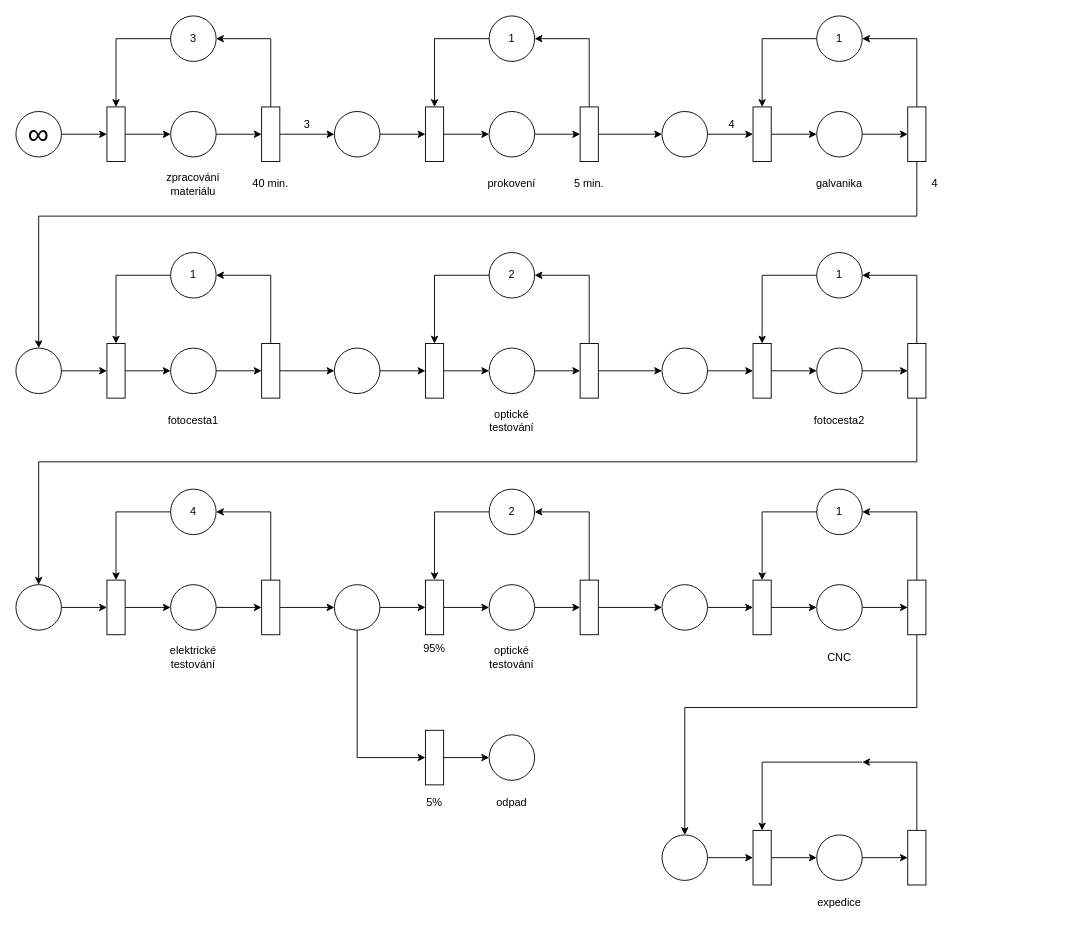
The draw.io diagram IMS.drawio in laDok8/ims, before the edit. Source tidied: cells renumbered, new cells numbered last; positions are measured from the earlier drawing's top-left corner, leaving out a move shared by most shapes. Both pictures are drawn from the tidied source at 91%, with x=0, y=0 at pixel (15, 15).
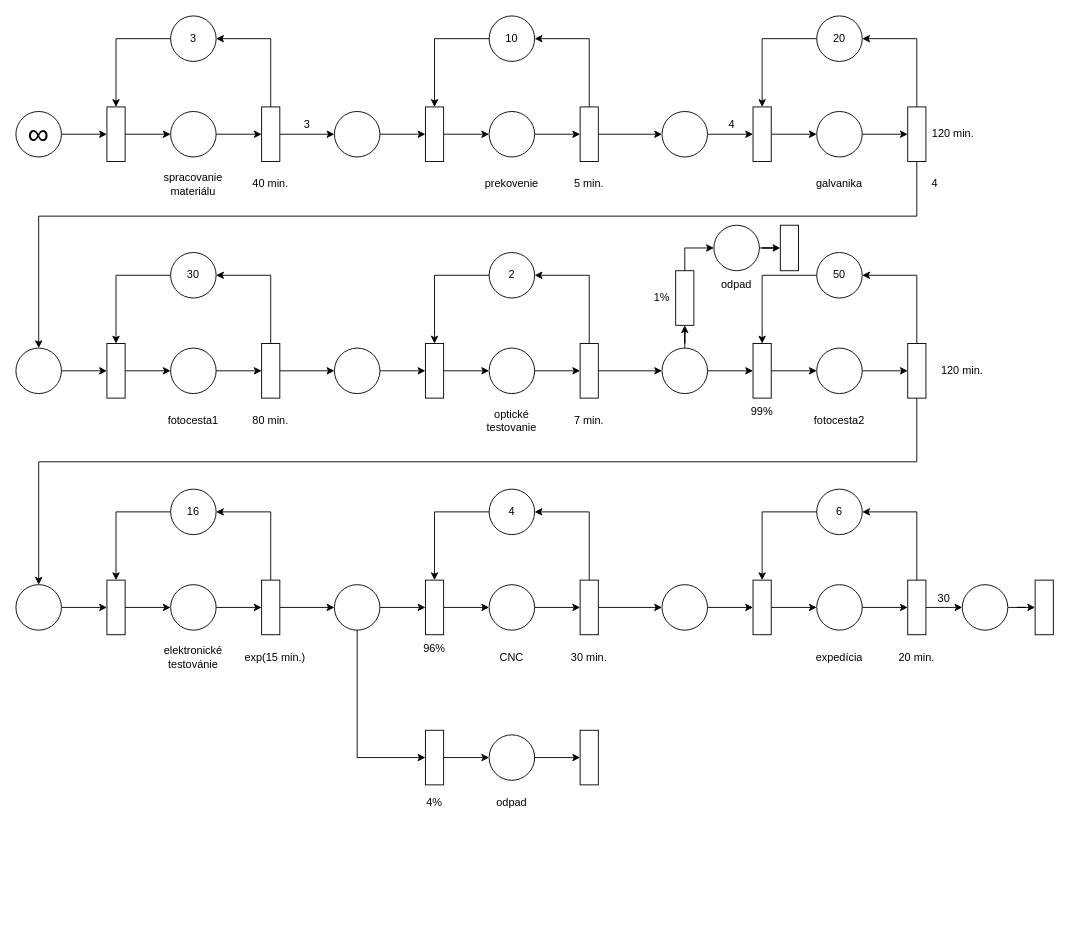
The same diagram, later.

The change refers to these unchanged cells:
```xml
<mxCell id="62" style="ellipse;whiteSpace=wrap;html=1;" parent="1" vertex="1">
  <mxGeometry x="710" y="365" width="50" height="50" as="geometry" />
</mxCell>
<mxCell id="107" style="rounded=0;whiteSpace=wrap;html=1;" parent="1" vertex="1">
  <mxGeometry x="980" y="620" width="20" height="60" as="geometry" />
</mxCell>
<mxCell id="118" style="ellipse;whiteSpace=wrap;html=1;" parent="1" vertex="1">
  <mxGeometry x="520" y="790" width="50" height="50" as="geometry" />
</mxCell>
```

The edit, as a diff of the source:
```diff
@@
-<mxGraphModel>
+<mxGraphModel background="#ffffff">
@@
-    <mxCell id="14" value="1" style="ellipse;whiteSpace=wrap;html=1;" parent="1" vertex="1">
+    <mxCell id="14" value="10" style="ellipse;whiteSpace=wrap;html=1;" parent="1" vertex="1">
       <mxGeometry x="520" width="50" height="50" as="geometry" />
     </mxCell>
@@
-    <mxCell id="25" value="1" style="ellipse;whiteSpace=wrap;html=1;" parent="1" vertex="1">
+    <mxCell id="25" value="20" style="ellipse;whiteSpace=wrap;html=1;" parent="1" vertex="1">
       <mxGeometry x="880" width="50" height="50" as="geometry" />
     </mxCell>
@@
-    <mxCell id="36" value="1" style="ellipse;whiteSpace=wrap;html=1;" parent="1" vertex="1">
+    <mxCell id="36" value="30" style="ellipse;whiteSpace=wrap;html=1;" parent="1" vertex="1">
       <mxGeometry x="170" y="260" width="50" height="50" as="geometry" />
     </mxCell>
@@
-    <mxCell id="58" value="1" style="ellipse;whiteSpace=wrap;html=1;" parent="1" vertex="1">
+    <mxCell id="58" value="50" style="ellipse;whiteSpace=wrap;html=1;" parent="1" vertex="1">
       <mxGeometry x="880" y="260" width="50" height="50" as="geometry" />
     </mxCell>
@@
+    <mxCell id="132" style="edgeStyle=orthogonalEdgeStyle;rounded=0;jettySize=auto;html=1;" parent="1" edge="1" source="62" target="149">
+      <mxGeometry relative="1" as="geometry" />
+    </mxCell>
@@
-    <mxCell id="68" value="zpracování&lt;br&gt;materiálu" style="text;html=1;strokeColor=none;fillColor=none;align=center;verticalAlign=middle;whiteSpace=wrap;rounded=0;labelBackgroundColor=#FFFFFF;fontColor=#000000;" parent="1" vertex="1">
+    <mxCell id="68" value="spracovanie&lt;br&gt;materiálu" style="text;html=1;strokeColor=none;fillColor=none;align=center;verticalAlign=middle;whiteSpace=wrap;rounded=0;labelBackgroundColor=#FFFFFF;fontColor=#000000;" parent="1" vertex="1">
       <mxGeometry x="165" y="170" width="60" height="30" as="geometry" />
     </mxCell>
-    <mxCell id="69" value="prokovení" style="text;html=1;strokeColor=none;fillColor=none;align=center;verticalAlign=middle;whiteSpace=wrap;rounded=0;labelBackgroundColor=#FFFFFF;fontColor=#000000;" parent="1" vertex="1">
+    <mxCell id="69" value="prekovenie" style="text;html=1;strokeColor=none;fillColor=none;align=center;verticalAlign=middle;whiteSpace=wrap;rounded=0;labelBackgroundColor=#FFFFFF;fontColor=#000000;" parent="1" vertex="1">
       <mxGeometry x="515" y="170" width="60" height="30" as="geometry" />
     </mxCell>
@@
-    <mxCell id="72" value="optické&lt;br&gt;testování" style="text;html=1;strokeColor=none;fillColor=none;align=center;verticalAlign=middle;whiteSpace=wrap;rounded=0;labelBackgroundColor=#FFFFFF;fontColor=#000000;" parent="1" vertex="1">
+    <mxCell id="72" value="optické&lt;br&gt;testovanie" style="text;html=1;strokeColor=none;fillColor=none;align=center;verticalAlign=middle;whiteSpace=wrap;rounded=0;labelBackgroundColor=#FFFFFF;fontColor=#000000;" parent="1" vertex="1">
       <mxGeometry x="515" y="430" width="60" height="30" as="geometry" />
     </mxCell>
@@
-    <mxCell id="75" value="4" style="ellipse;whiteSpace=wrap;html=1;" parent="1" vertex="1">
+    <mxCell id="75" value="16" style="ellipse;whiteSpace=wrap;html=1;" parent="1" vertex="1">
       <mxGeometry x="170" y="520" width="50" height="50" as="geometry" />
     </mxCell>
@@
-    <mxCell id="86" value="2" style="ellipse;whiteSpace=wrap;html=1;" parent="1" vertex="1">
+    <mxCell id="86" value="4" style="ellipse;whiteSpace=wrap;html=1;" parent="1" vertex="1">
       <mxGeometry x="520" y="520" width="50" height="50" as="geometry" />
     </mxCell>
@@
-    <mxCell id="98" value="1" style="ellipse;whiteSpace=wrap;html=1;" parent="1" vertex="1">
+    <mxCell id="98" value="6" style="ellipse;whiteSpace=wrap;html=1;" parent="1" vertex="1">
       <mxGeometry x="880" y="520" width="50" height="50" as="geometry" />
     </mxCell>
@@
-    <mxCell id="106" style="edgeStyle=orthogonalEdgeStyle;rounded=0;jettySize=auto;html=1;fontColor=#000000;" parent="1" edge="1" source="107" target="124">
-      <mxGeometry relative="1" as="geometry">
-        <Array as="points">
-          <mxPoint x="990" y="760" />
-          <mxPoint x="735" y="760" />
-        </Array>
-      </mxGeometry>
-    </mxCell>
+    <mxCell id="133" style="edgeStyle=orthogonalEdgeStyle;rounded=0;jettySize=auto;html=1;fontColor=#000000;" parent="1" edge="1" source="107">
+      <mxGeometry relative="1" as="geometry">
+        <mxPoint x="1040" y="650" as="targetPoint" />
+      </mxGeometry>
+    </mxCell>
@@
-    <mxCell id="108" value="elektrické&lt;br&gt;testování" style="text;html=1;strokeColor=none;fillColor=none;align=center;verticalAlign=middle;whiteSpace=wrap;rounded=0;labelBackgroundColor=#FFFFFF;fontColor=#000000;" parent="1" vertex="1">
+    <mxCell id="108" value="elektronické&lt;br&gt;testovánie" style="text;html=1;strokeColor=none;fillColor=none;align=center;verticalAlign=middle;whiteSpace=wrap;rounded=0;labelBackgroundColor=#FFFFFF;fontColor=#000000;" parent="1" vertex="1">
       <mxGeometry x="165" y="690" width="60" height="30" as="geometry" />
     </mxCell>
-    <mxCell id="109" value="optické&lt;br&gt;testování" style="text;html=1;strokeColor=none;fillColor=none;align=center;verticalAlign=middle;whiteSpace=wrap;rounded=0;labelBackgroundColor=#FFFFFF;fontColor=#000000;" parent="1" vertex="1">
-      <mxGeometry x="515" y="690" width="60" height="30" as="geometry" />
-    </mxCell>
-    <mxCell id="110" value="CNC" style="text;html=1;strokeColor=none;fillColor=none;align=center;verticalAlign=middle;whiteSpace=wrap;rounded=0;labelBackgroundColor=#FFFFFF;fontColor=#000000;" parent="1" vertex="1">
-      <mxGeometry x="875" y="690" width="60" height="30" as="geometry" />
-    </mxCell>
@@
-    <mxCell id="116" value="5%" style="text;html=1;strokeColor=none;fillColor=none;align=center;verticalAlign=middle;whiteSpace=wrap;rounded=0;labelBackgroundColor=#FFFFFF;fontColor=#000000;" parent="1" vertex="1">
+    <mxCell id="116" value="4%" style="text;html=1;strokeColor=none;fillColor=none;align=center;verticalAlign=middle;whiteSpace=wrap;rounded=0;labelBackgroundColor=#FFFFFF;fontColor=#000000;" parent="1" vertex="1">
       <mxGeometry x="430" y="850" width="60" height="30" as="geometry" />
     </mxCell>
-    <mxCell id="117" value="95%" style="text;html=1;strokeColor=none;fillColor=none;align=center;verticalAlign=middle;whiteSpace=wrap;rounded=0;labelBackgroundColor=#FFFFFF;fontColor=#000000;" parent="1" vertex="1">
+    <mxCell id="117" value="96%" style="text;html=1;strokeColor=none;fillColor=none;align=center;verticalAlign=middle;whiteSpace=wrap;rounded=0;labelBackgroundColor=#FFFFFF;fontColor=#000000;" parent="1" vertex="1">
       <mxGeometry x="430" y="680" width="60" height="30" as="geometry" />
     </mxCell>
+    <mxCell id="134" style="edgeStyle=orthogonalEdgeStyle;rounded=0;jettySize=auto;html=1;entryX=0;entryY=0.5;entryDx=0;entryDy=0;" parent="1" edge="1" source="118" target="155">
+      <mxGeometry relative="1" as="geometry" />
+    </mxCell>
@@
-    <mxCell id="120" style="edgeStyle=orthogonalEdgeStyle;rounded=0;jettySize=auto;html=1;exitX=1;exitY=0.5;exitDx=0;exitDy=0;entryX=0.5;entryY=0;entryDx=0;entryDy=0;" parent="1" edge="1" target="126">
-      <mxGeometry relative="1" as="geometry">
-        <mxPoint x="930" y="820" as="sourcePoint" />
-        <Array as="points">
-          <mxPoint x="820" y="820" />
-        </Array>
-      </mxGeometry>
-    </mxCell>
-    <mxCell id="121" style="edgeStyle=orthogonalEdgeStyle;rounded=0;jettySize=auto;html=1;entryX=0;entryY=0.5;entryDx=0;entryDy=0;" parent="1" edge="1" source="122" target="128">
-      <mxGeometry relative="1" as="geometry" />
-    </mxCell>
-    <mxCell id="122" style="ellipse;whiteSpace=wrap;html=1;" parent="1" vertex="1">
-      <mxGeometry x="880" y="900" width="50" height="50" as="geometry" />
-    </mxCell>
-    <mxCell id="123" style="edgeStyle=orthogonalEdgeStyle;rounded=0;jettySize=auto;html=1;entryX=0;entryY=0.5;entryDx=0;entryDy=0;" parent="1" edge="1" source="124" target="126">
-      <mxGeometry relative="1" as="geometry" />
-    </mxCell>
-    <mxCell id="124" style="ellipse;whiteSpace=wrap;html=1;" parent="1" vertex="1">
-      <mxGeometry x="710" y="900" width="50" height="50" as="geometry" />
-    </mxCell>
-    <mxCell id="125" style="edgeStyle=orthogonalEdgeStyle;rounded=0;jettySize=auto;html=1;entryX=0;entryY=0.5;entryDx=0;entryDy=0;" parent="1" edge="1" source="126" target="122">
-      <mxGeometry relative="1" as="geometry" />
-    </mxCell>
-    <mxCell id="126" style="rounded=0;whiteSpace=wrap;html=1;" parent="1" vertex="1">
-      <mxGeometry x="810" y="895" width="20" height="60" as="geometry" />
-    </mxCell>
-    <mxCell id="127" style="edgeStyle=orthogonalEdgeStyle;rounded=0;jettySize=auto;html=1;entryX=1;entryY=0.5;entryDx=0;entryDy=0;" parent="1" edge="1" source="128">
-      <mxGeometry relative="1" as="geometry">
-        <mxPoint x="930" y="820" as="targetPoint" />
-        <Array as="points">
-          <mxPoint x="990" y="820" />
-        </Array>
-      </mxGeometry>
-    </mxCell>
-    <mxCell id="128" style="rounded=0;whiteSpace=wrap;html=1;" parent="1" vertex="1">
-      <mxGeometry x="980" y="895" width="20" height="60" as="geometry" />
-    </mxCell>
-    <mxCell id="129" value="expedice" style="text;html=1;strokeColor=none;fillColor=none;align=center;verticalAlign=middle;whiteSpace=wrap;rounded=0;labelBackgroundColor=#FFFFFF;fontColor=#000000;" parent="1" vertex="1">
-      <mxGeometry x="875" y="960" width="60" height="30" as="geometry" />
-    </mxCell>
@@
+    <mxCell id="135" value="120 min." style="text;html=1;strokeColor=none;fillColor=none;align=center;verticalAlign=middle;whiteSpace=wrap;rounded=0;labelBackgroundColor=#FFFFFF;fontColor=#000000;" parent="1" vertex="1">
+      <mxGeometry x="1000" y="115" width="60" height="30" as="geometry" />
+    </mxCell>
+    <mxCell id="136" value="80 min." style="text;html=1;strokeColor=none;fillColor=none;align=center;verticalAlign=middle;whiteSpace=wrap;rounded=0;labelBackgroundColor=#FFFFFF;fontColor=#000000;" parent="1" vertex="1">
+      <mxGeometry x="250" y="430" width="60" height="30" as="geometry" />
+    </mxCell>
+    <mxCell id="137" value="7 min." style="text;html=1;strokeColor=none;fillColor=none;align=center;verticalAlign=middle;whiteSpace=wrap;rounded=0;labelBackgroundColor=#FFFFFF;fontColor=#000000;" parent="1" vertex="1">
+      <mxGeometry x="600" y="430" width="60" height="30" as="geometry" />
+    </mxCell>
+    <mxCell id="138" value="120 min." style="text;html=1;strokeColor=none;fillColor=none;align=center;verticalAlign=middle;whiteSpace=wrap;rounded=0;labelBackgroundColor=#FFFFFF;fontColor=#000000;" parent="1" vertex="1">
+      <mxGeometry x="1010" y="375" width="60" height="30" as="geometry" />
+    </mxCell>
+    <mxCell id="139" value="exp(15 min.)" style="text;html=1;strokeColor=none;fillColor=none;align=center;verticalAlign=middle;whiteSpace=wrap;rounded=0;labelBackgroundColor=#FFFFFF;fontColor=#000000;" parent="1" vertex="1">
+      <mxGeometry x="250" y="690" width="70" height="30" as="geometry" />
+    </mxCell>
+    <mxCell id="140" value="30 min." style="text;html=1;strokeColor=none;fillColor=none;align=center;verticalAlign=middle;whiteSpace=wrap;rounded=0;labelBackgroundColor=#FFFFFF;fontColor=#000000;" parent="1" vertex="1">
+      <mxGeometry x="595" y="690" width="70" height="30" as="geometry" />
+    </mxCell>
+    <mxCell id="110" value="CNC" style="text;html=1;strokeColor=none;fillColor=none;align=center;verticalAlign=middle;whiteSpace=wrap;rounded=0;labelBackgroundColor=#FFFFFF;fontColor=#000000;" parent="1" vertex="1">
+      <mxGeometry x="515" y="690" width="60" height="30" as="geometry" />
+    </mxCell>
+    <mxCell id="141" value="expedícia" style="text;html=1;strokeColor=none;fillColor=none;align=center;verticalAlign=middle;whiteSpace=wrap;rounded=0;labelBackgroundColor=#FFFFFF;fontColor=#000000;" parent="1" vertex="1">
+      <mxGeometry x="875" y="690" width="60" height="30" as="geometry" />
+    </mxCell>
+    <mxCell id="142" value="20 min." style="text;html=1;strokeColor=none;fillColor=none;align=center;verticalAlign=middle;whiteSpace=wrap;rounded=0;labelBackgroundColor=#FFFFFF;fontColor=#000000;" parent="1" vertex="1">
+      <mxGeometry x="955" y="690" width="70" height="30" as="geometry" />
+    </mxCell>
+    <mxCell id="143" style="edgeStyle=orthogonalEdgeStyle;rounded=0;jettySize=auto;html=1;entryX=0;entryY=0.5;entryDx=0;entryDy=0;" parent="1" edge="1" source="144" target="153">
+      <mxGeometry relative="1" as="geometry" />
+    </mxCell>
+    <mxCell id="144" style="ellipse;whiteSpace=wrap;html=1;" parent="1" vertex="1">
+      <mxGeometry x="1040" y="625" width="50" height="50" as="geometry" />
+    </mxCell>
+    <mxCell id="145" value="30" style="text;html=1;strokeColor=none;fillColor=none;align=center;verticalAlign=middle;whiteSpace=wrap;rounded=0;labelBackgroundColor=#FFFFFF;fontColor=#000000;" parent="1" vertex="1">
+      <mxGeometry x="990" y="625" width="60" height="30" as="geometry" />
+    </mxCell>
+    <mxCell id="146" style="edgeStyle=orthogonalEdgeStyle;rounded=0;jettySize=auto;html=1;entryX=0;entryY=0.5;entryDx=0;entryDy=0;" parent="1" edge="1" source="147" target="154">
+      <mxGeometry relative="1" as="geometry" />
+    </mxCell>
+    <mxCell id="147" style="ellipse;whiteSpace=wrap;html=1;" parent="1" vertex="1">
+      <mxGeometry x="767" y="230" width="50" height="50" as="geometry" />
+    </mxCell>
+    <mxCell id="148" style="edgeStyle=orthogonalEdgeStyle;rounded=0;jettySize=auto;html=1;exitX=0.5;exitY=0;exitDx=0;exitDy=0;entryX=0;entryY=0.5;entryDx=0;entryDy=0;" parent="1" edge="1" source="149" target="147">
+      <mxGeometry relative="1" as="geometry" />
+    </mxCell>
+    <mxCell id="149" style="rounded=0;whiteSpace=wrap;html=1;" parent="1" vertex="1">
+      <mxGeometry x="725" y="280" width="20" height="60" as="geometry" />
+    </mxCell>
+    <mxCell id="150" value="99%" style="text;html=1;strokeColor=none;fillColor=none;align=center;verticalAlign=middle;whiteSpace=wrap;rounded=0;labelBackgroundColor=#FFFFFF;fontColor=#000000;" parent="1" vertex="1">
+      <mxGeometry x="790" y="420" width="60" height="30" as="geometry" />
+    </mxCell>
+    <mxCell id="151" value="1%" style="text;html=1;strokeColor=none;fillColor=none;align=center;verticalAlign=middle;whiteSpace=wrap;rounded=0;labelBackgroundColor=#FFFFFF;fontColor=#000000;" parent="1" vertex="1">
+      <mxGeometry x="680" y="295" width="60" height="30" as="geometry" />
+    </mxCell>
+    <mxCell id="152" value="odpad" style="text;html=1;strokeColor=none;fillColor=none;align=center;verticalAlign=middle;whiteSpace=wrap;rounded=0;labelBackgroundColor=#FFFFFF;fontColor=#000000;" parent="1" vertex="1">
+      <mxGeometry x="762" y="280" width="60" height="30" as="geometry" />
+    </mxCell>
+    <mxCell id="153" style="rounded=0;whiteSpace=wrap;html=1;" parent="1" vertex="1">
+      <mxGeometry x="1120" y="620" width="20" height="60" as="geometry" />
+    </mxCell>
+    <mxCell id="154" style="rounded=0;whiteSpace=wrap;html=1;" parent="1" vertex="1">
+      <mxGeometry x="840" y="230" width="20" height="50" as="geometry" />
+    </mxCell>
+    <mxCell id="155" style="rounded=0;whiteSpace=wrap;html=1;" parent="1" vertex="1">
+      <mxGeometry x="620" y="785" width="20" height="60" as="geometry" />
+    </mxCell>
```
